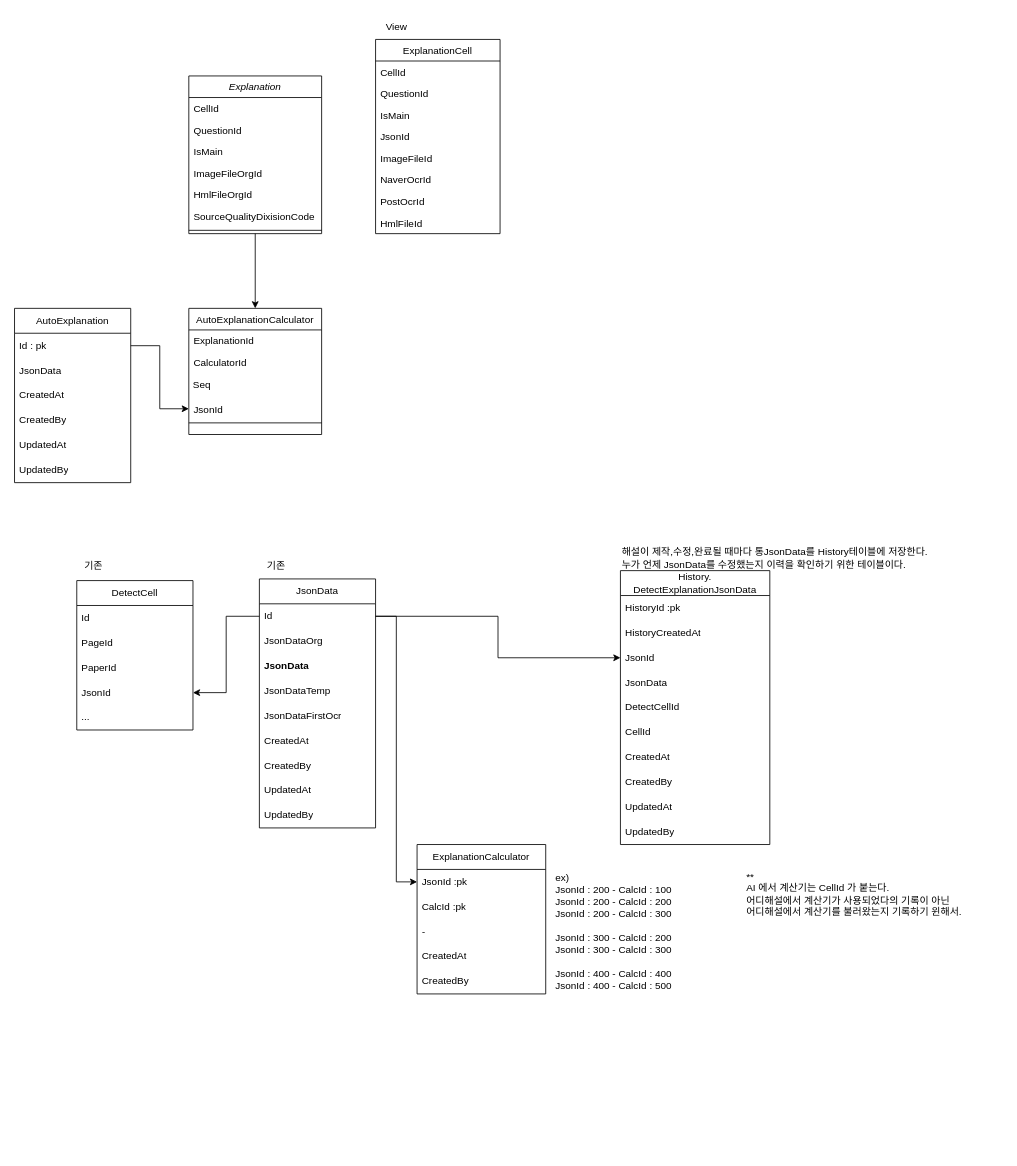
Above: 해설계산기.drawio in hyeonzx/Explanation_Calculator (draw.io), before the change. Source tidied: cells renumbered, new cells numbered last; positions are measured from the earlier drawing's top-left corner, leaving out a move shared by most shapes. Both pictures are drawn from the tidied source at 83%, with x=0, y=0 at pixel (14, 14).
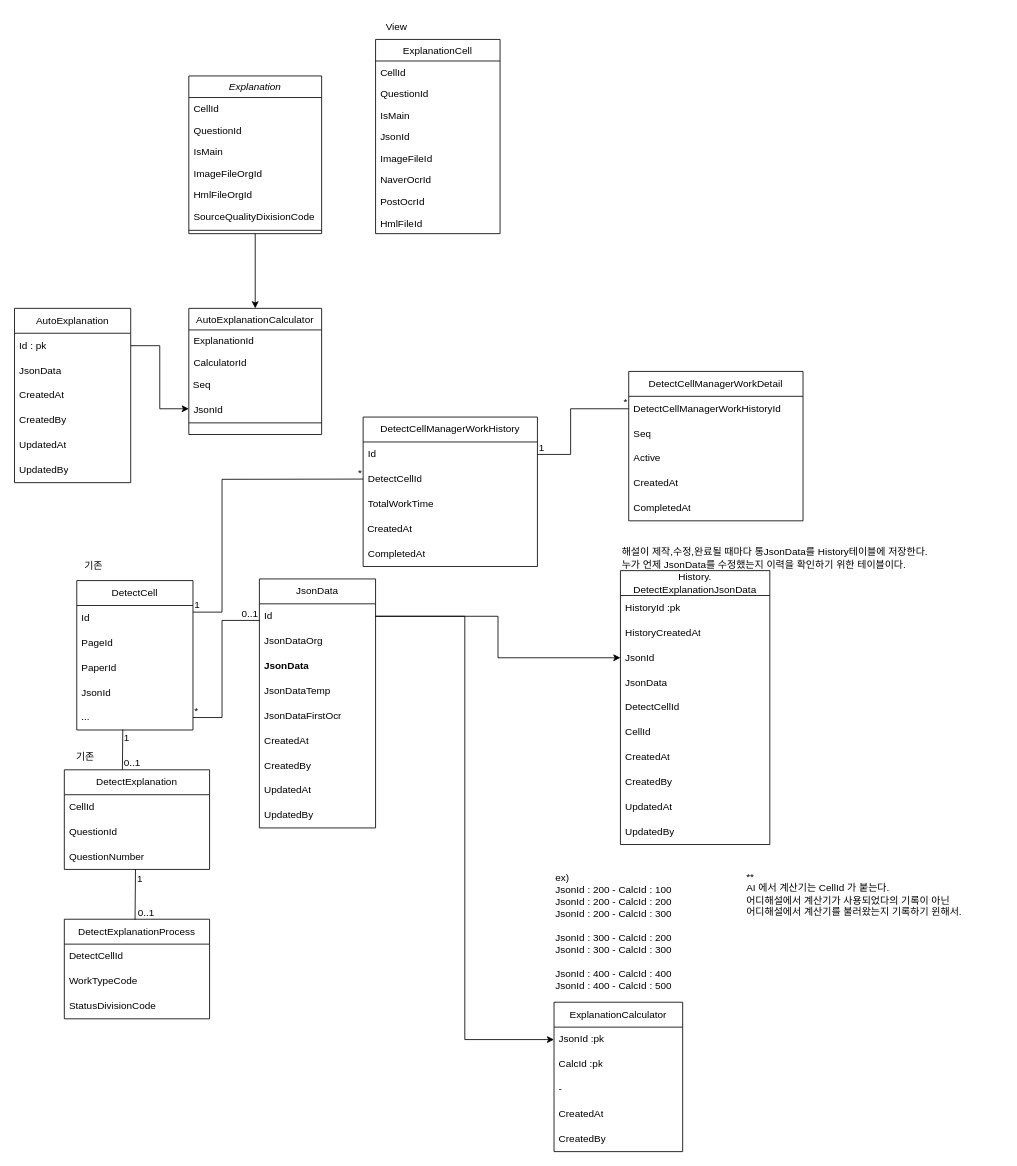
The same page after the edit.

Commit message:
해설계산기(자성).drawio

Unchanged cells that the change refers to:
```xml
<mxCell id="11" value="AutoExplanationCalculator" style="swimlane;fontStyle=0;align=center;verticalAlign=top;horizontal=1;startSize=26;rounded=0;shadow=0;strokeWidth=1;" parent="1" vertex="1">
  <mxGeometry x="210" y="354" width="160" height="152" as="geometry" />
</mxCell>
<mxCell id="42" value="Id" style="text;strokeColor=none;fillColor=none;align=left;verticalAlign=middle;spacingLeft=4;spacingRight=4;overflow=hidden;points=[[0,0.5],[1,0.5]];portConstraint=eastwest;whiteSpace=wrap;html=1;" parent="41" vertex="1">
  <mxGeometry y="30" width="140" height="30" as="geometry" />
</mxCell>
<mxCell id="55" value="JsonId" style="text;strokeColor=none;fillColor=none;align=left;verticalAlign=middle;spacingLeft=4;spacingRight=4;overflow=hidden;points=[[0,0.5],[1,0.5]];portConstraint=eastwest;whiteSpace=wrap;html=1;" parent="51" vertex="1">
  <mxGeometry y="120" width="140" height="30" as="geometry" />
</mxCell>
<mxCell id="56" value="..." style="text;strokeColor=none;fillColor=none;align=left;verticalAlign=middle;spacingLeft=4;spacingRight=4;overflow=hidden;points=[[0,0.5],[1,0.5]];portConstraint=eastwest;whiteSpace=wrap;html=1;" parent="51" vertex="1">
  <mxGeometry y="150" width="140" height="30" as="geometry" />
</mxCell>
```

Change to the diagram source:
```diff
@@
+    <mxCell id="76" style="edgeStyle=orthogonalEdgeStyle;rounded=0;jettySize=auto;html=1;exitX=0.25;exitY=1;exitDx=0;exitDy=0;" parent="1" edge="1" source="11">
+      <mxGeometry relative="1" as="geometry">
+        <mxPoint x="250" y="506.2" as="targetPoint" />
+      </mxGeometry>
+    </mxCell>
@@
     <mxCell id="26" value="ExplanationCalculator" style="swimlane;fontStyle=0;horizontal=1;startSize=30;whiteSpace=wrap;html=1;" parent="1" vertex="1">
-      <mxGeometry x="485" y="1000" width="155" height="180" as="geometry" />
+      <mxGeometry x="650" y="1190" width="155" height="180" as="geometry" />
     </mxCell>
@@
-    <mxCell id="68" value="기존" style="text;html=1;align=center;verticalAlign=middle;strokeColor=none;fillColor=none;" parent="1" vertex="1">
-      <mxGeometry x="290" y="650" width="50" height="30" as="geometry" />
-    </mxCell>
@@
-    <mxCell id="75" style="edgeStyle=orthogonalEdgeStyle;rounded=0;jettySize=auto;html=1;exitX=0;exitY=0.5;exitDx=0;exitDy=0;entryX=1;entryY=0.5;entryDx=0;entryDy=0;" parent="1" edge="1" source="42" target="55">
-      <mxGeometry relative="1" as="geometry" />
-    </mxCell>
+    <mxCell id="77" value="DetectExplanationProcess" style="swimlane;fontStyle=0;horizontal=1;startSize=30;whiteSpace=wrap;html=1;" parent="1" vertex="1">
+      <mxGeometry x="60" y="1090" width="175" height="120" as="geometry" />
+    </mxCell>
+    <mxCell id="78" value="DetectCellId" style="text;strokeColor=none;fillColor=none;align=left;verticalAlign=middle;spacingLeft=4;spacingRight=4;overflow=hidden;whiteSpace=wrap;html=1;" parent="77" vertex="1">
+      <mxGeometry y="30" width="175" height="30" as="geometry" />
+    </mxCell>
+    <mxCell id="79" value="WorkTypeCode" style="text;strokeColor=none;fillColor=none;align=left;verticalAlign=middle;spacingLeft=4;spacingRight=4;overflow=hidden;whiteSpace=wrap;html=1;" parent="77" vertex="1">
+      <mxGeometry y="60" width="175" height="30" as="geometry" />
+    </mxCell>
+    <mxCell id="80" value="StatusDivisionCode" style="text;strokeColor=none;fillColor=none;align=left;verticalAlign=middle;spacingLeft=4;spacingRight=4;overflow=hidden;whiteSpace=wrap;html=1;" parent="77" vertex="1">
+      <mxGeometry y="90" width="175" height="30" as="geometry" />
+    </mxCell>
+    <mxCell id="81" value="DetectExplanation" style="swimlane;fontStyle=0;horizontal=1;startSize=30;whiteSpace=wrap;html=1;" parent="1" vertex="1">
+      <mxGeometry x="60" y="910" width="175" height="120" as="geometry" />
+    </mxCell>
+    <mxCell id="82" value="CellId" style="text;strokeColor=none;fillColor=none;align=left;verticalAlign=middle;spacingLeft=4;spacingRight=4;overflow=hidden;whiteSpace=wrap;html=1;" parent="81" vertex="1">
+      <mxGeometry y="30" width="175" height="30" as="geometry" />
+    </mxCell>
+    <mxCell id="83" value="QuestionId" style="text;strokeColor=none;fillColor=none;align=left;verticalAlign=middle;spacingLeft=4;spacingRight=4;overflow=hidden;whiteSpace=wrap;html=1;" parent="81" vertex="1">
+      <mxGeometry y="60" width="175" height="30" as="geometry" />
+    </mxCell>
+    <mxCell id="84" value="QuestionNumber" style="text;strokeColor=none;fillColor=none;align=left;verticalAlign=middle;spacingLeft=4;spacingRight=4;overflow=hidden;points=[[0,0.5],[1,0.5]];portConstraint=eastwest;whiteSpace=wrap;html=1;" parent="81" vertex="1">
+      <mxGeometry y="90" width="175" height="30" as="geometry" />
+    </mxCell>
+    <mxCell id="85" value="기존" style="text;html=1;align=center;verticalAlign=middle;strokeColor=none;fillColor=none;" parent="1" vertex="1">
+      <mxGeometry x="60" y="880" width="50" height="30" as="geometry" />
+    </mxCell>
+    <mxCell id="86" style="endArrow=none;html=1;rounded=0;exitX=0.396;exitY=0.98;exitDx=0;exitDy=0;exitPerimeter=0;" parent="1" edge="1" source="56">
+      <mxGeometry relative="1" as="geometry">
+        <mxPoint x="130" y="910" as="targetPoint" />
+      </mxGeometry>
+    </mxCell>
+    <mxCell id="87" value="1" style="html=1;whiteSpace=wrap;align=left;verticalAlign=bottom;" parent="86" vertex="1">
+      <mxGeometry x="-1" relative="1" as="geometry">
+        <mxPoint y="19" as="offset" />
+      </mxGeometry>
+    </mxCell>
+    <mxCell id="88" value="0..1" style="html=1;whiteSpace=wrap;align=right;verticalAlign=bottom;" parent="86" vertex="1">
+      <mxGeometry x="1" relative="1" as="geometry">
+        <mxPoint x="23" as="offset" />
+      </mxGeometry>
+    </mxCell>
+    <mxCell id="89" style="endArrow=none;html=1;rounded=0;entryX=0.001;entryY=0.667;entryDx=0;entryDy=0;entryPerimeter=0;exitX=1;exitY=0.5;exitDx=0;exitDy=0;" parent="1" edge="1" source="56" target="42">
+      <mxGeometry relative="1" as="geometry">
+        <Array as="points">
+          <mxPoint x="250" y="847" />
+          <mxPoint x="250" y="730" />
+        </Array>
+      </mxGeometry>
+    </mxCell>
+    <mxCell id="90" value="*" style="html=1;whiteSpace=wrap;align=left;verticalAlign=bottom;" parent="89" vertex="1">
+      <mxGeometry x="-1" relative="1" as="geometry" />
+    </mxCell>
+    <mxCell id="91" value="0..1" style="html=1;whiteSpace=wrap;align=right;verticalAlign=bottom;" parent="89" vertex="1">
+      <mxGeometry x="1" relative="1" as="geometry" />
+    </mxCell>
+    <mxCell id="92" style="endArrow=none;html=1;rounded=0;exitX=0.49;exitY=0.996;exitDx=0;exitDy=0;exitPerimeter=0;entryX=0.487;entryY=0.004;entryDx=0;entryDy=0;entryPerimeter=0;" parent="1" edge="1" source="84" target="77">
+      <mxGeometry relative="1" as="geometry" />
+    </mxCell>
+    <mxCell id="93" value="1" style="html=1;whiteSpace=wrap;align=left;verticalAlign=bottom;" parent="92" vertex="1">
+      <mxGeometry x="-1" relative="1" as="geometry">
+        <mxPoint y="20" as="offset" />
+      </mxGeometry>
+    </mxCell>
+    <mxCell id="94" value="0..1" style="html=1;whiteSpace=wrap;align=right;verticalAlign=bottom;" parent="92" vertex="1">
+      <mxGeometry x="1" relative="1" as="geometry">
+        <mxPoint x="25" as="offset" />
+      </mxGeometry>
+    </mxCell>
+    <mxCell id="95" value="DetectCellManagerWorkHistory" style="swimlane;fontStyle=0;horizontal=1;startSize=30;whiteSpace=wrap;html=1;" parent="1" vertex="1">
+      <mxGeometry x="420" y="485" width="210" height="180" as="geometry" />
+    </mxCell>
+    <mxCell id="96" value="Id" style="text;strokeColor=none;fillColor=none;align=left;verticalAlign=middle;spacingLeft=4;spacingRight=4;overflow=hidden;points=[[0,0.5],[1,0.5]];portConstraint=eastwest;whiteSpace=wrap;html=1;" parent="95" vertex="1">
+      <mxGeometry y="30" width="210" height="30" as="geometry" />
+    </mxCell>
+    <mxCell id="97" value="DetectCellId" style="text;strokeColor=none;fillColor=none;align=left;verticalAlign=middle;spacingLeft=4;spacingRight=4;overflow=hidden;whiteSpace=wrap;html=1;" parent="95" vertex="1">
+      <mxGeometry y="60" width="210" height="30" as="geometry" />
+    </mxCell>
+    <mxCell id="98" value="TotalWorkTime" style="text;strokeColor=none;fillColor=none;align=left;verticalAlign=middle;spacingLeft=4;spacingRight=4;overflow=hidden;whiteSpace=wrap;html=1;" parent="95" vertex="1">
+      <mxGeometry y="90" width="210" height="30" as="geometry" />
+    </mxCell>
+    <mxCell id="68" value="&lt;span style=&quot;text-wrap-mode: wrap;&quot;&gt;&amp;nbsp;CreatedAt&lt;/span&gt;" style="text;html=1;align=left;verticalAlign=middle;strokeColor=none;fillColor=none;" parent="95" vertex="1">
+      <mxGeometry y="120" width="210" height="30" as="geometry" />
+    </mxCell>
+    <mxCell id="99" value="CompletedAt" style="text;strokeColor=none;fillColor=none;align=left;verticalAlign=middle;spacingLeft=4;spacingRight=4;overflow=hidden;whiteSpace=wrap;html=1;" parent="95" vertex="1">
+      <mxGeometry y="150" width="210" height="30" as="geometry" />
+    </mxCell>
+    <mxCell id="100" style="endArrow=none;html=1;rounded=0;" parent="1" edge="1">
+      <mxGeometry relative="1" as="geometry">
+        <mxPoint x="215" y="720" as="sourcePoint" />
+        <mxPoint x="420" y="559.7" as="targetPoint" />
+        <Array as="points">
+          <mxPoint x="250" y="720" />
+          <mxPoint x="250" y="560" />
+        </Array>
+      </mxGeometry>
+    </mxCell>
+    <mxCell id="101" value="1" style="html=1;whiteSpace=wrap;align=left;verticalAlign=bottom;" parent="100" vertex="1">
+      <mxGeometry x="-1" relative="1" as="geometry" />
+    </mxCell>
+    <mxCell id="102" value="*" style="html=1;whiteSpace=wrap;align=right;verticalAlign=bottom;" parent="100" vertex="1">
+      <mxGeometry x="1" relative="1" as="geometry" />
+    </mxCell>
+    <mxCell id="103" value="DetectCellManagerWorkDetail" style="swimlane;fontStyle=0;horizontal=1;startSize=30;whiteSpace=wrap;html=1;" parent="1" vertex="1">
+      <mxGeometry x="740" y="430" width="210" height="180" as="geometry" />
+    </mxCell>
+    <mxCell id="104" value="&lt;span style=&quot;text-align: center;&quot;&gt;DetectCellManagerWorkHistoryId&lt;/span&gt;" style="text;strokeColor=none;fillColor=none;align=left;verticalAlign=middle;spacingLeft=4;spacingRight=4;overflow=hidden;points=[[0,0.5],[1,0.5]];portConstraint=eastwest;whiteSpace=wrap;html=1;" parent="103" vertex="1">
+      <mxGeometry y="30" width="210" height="30" as="geometry" />
+    </mxCell>
+    <mxCell id="105" value="Seq" style="text;strokeColor=none;fillColor=none;align=left;verticalAlign=middle;spacingLeft=4;spacingRight=4;overflow=hidden;whiteSpace=wrap;html=1;" parent="103" vertex="1">
+      <mxGeometry y="60" width="210" height="30" as="geometry" />
+    </mxCell>
+    <mxCell id="106" value="Active" style="text;strokeColor=none;fillColor=none;align=left;verticalAlign=middle;spacingLeft=4;spacingRight=4;overflow=hidden;whiteSpace=wrap;html=1;" parent="103" vertex="1">
+      <mxGeometry y="90" width="210" height="30" as="geometry" />
+    </mxCell>
+    <mxCell id="107" value="CreatedAt" style="text;strokeColor=none;fillColor=none;align=left;verticalAlign=middle;spacingLeft=4;spacingRight=4;overflow=hidden;whiteSpace=wrap;html=1;" parent="103" vertex="1">
+      <mxGeometry y="120" width="210" height="30" as="geometry" />
+    </mxCell>
+    <mxCell id="108" value="CompletedAt" style="text;strokeColor=none;fillColor=none;align=left;verticalAlign=middle;spacingLeft=4;spacingRight=4;overflow=hidden;whiteSpace=wrap;html=1;" parent="103" vertex="1">
+      <mxGeometry y="150" width="210" height="30" as="geometry" />
+    </mxCell>
+    <mxCell id="109" style="endArrow=none;html=1;rounded=0;exitX=1;exitY=0.5;exitDx=0;exitDy=0;entryX=0;entryY=0.5;entryDx=0;entryDy=0;" parent="1" edge="1" source="96" target="104">
+      <mxGeometry relative="1" as="geometry">
+        <Array as="points">
+          <mxPoint x="670" y="530" />
+          <mxPoint x="670" y="475" />
+        </Array>
+      </mxGeometry>
+    </mxCell>
+    <mxCell id="110" value="1" style="html=1;whiteSpace=wrap;align=left;verticalAlign=bottom;" parent="109" vertex="1">
+      <mxGeometry x="-1" relative="1" as="geometry" />
+    </mxCell>
+    <mxCell id="111" value="*" style="html=1;whiteSpace=wrap;align=right;verticalAlign=bottom;" parent="109" vertex="1">
+      <mxGeometry x="1" relative="1" as="geometry" />
+    </mxCell>
```
